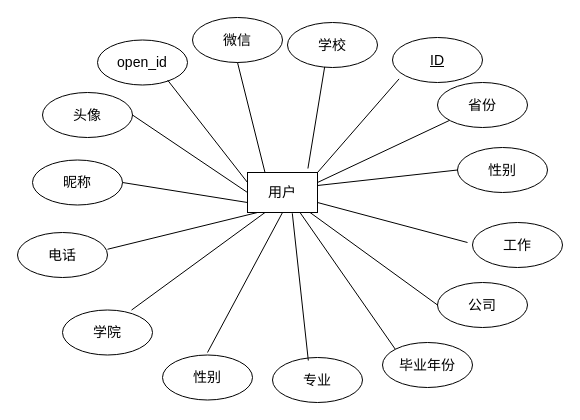
Before: 用户实体图.drawio in geoffrey-h/code, a draw.io diagram. Source tidied: cells renumbered, new cells numbered last; positions are measured from the earlier drawing's top-left corner, leaving out a move shared by most shapes. Both pictures are drawn from the tidied source at 100%, with x=0, y=0 at pixel (17, 17).
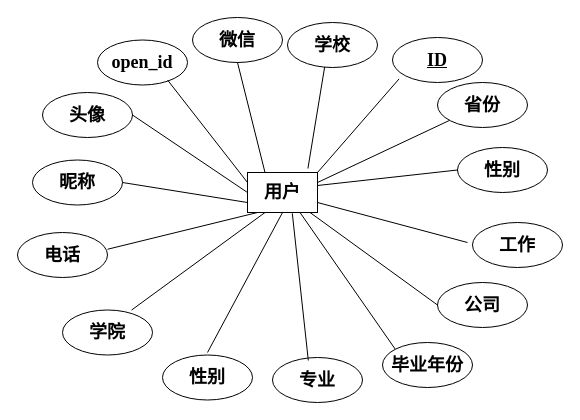
The same diagram, later.

Commit message:
更新用户实体图.drawio

Diff of the diagram source:
```diff
@@
-    <mxCell id="2" value="&lt;font style=&quot;font-size: 14px&quot;&gt;用户&lt;/font&gt;" style="rounded=0;whiteSpace=wrap;html=1;" parent="1" vertex="1">
+    <mxCell id="2" value="&lt;font style=&quot;font-size: 18px&quot; face=&quot;宋体&quot;&gt;&lt;b&gt;用户&lt;/b&gt;&lt;/font&gt;" style="rounded=0;whiteSpace=wrap;html=1;" parent="1" vertex="1">
       <mxGeometry x="230" y="155" width="70" height="40" as="geometry" />
     </mxCell>
-    <mxCell id="3" value="&lt;font style=&quot;font-size: 14px&quot;&gt;open_id&lt;/font&gt;" style="ellipse;whiteSpace=wrap;html=1;" parent="1" vertex="1">
+    <mxCell id="3" value="&lt;font style=&quot;font-size: 18px&quot;&gt;&lt;b&gt;open_id&lt;/b&gt;&lt;/font&gt;" style="ellipse;whiteSpace=wrap;html=1;fontFamily=Times new Roman;" parent="1" vertex="1">
       <mxGeometry x="80" y="22.5" width="90" height="45" as="geometry" />
     </mxCell>
-    <mxCell id="4" value="&lt;font style=&quot;font-size: 14px&quot;&gt;头像&lt;/font&gt;" style="ellipse;whiteSpace=wrap;html=1;" parent="1" vertex="1">
+    <mxCell id="4" value="&lt;font style=&quot;font-size: 18px&quot; face=&quot;宋体&quot;&gt;&lt;b&gt;头像&lt;/b&gt;&lt;/font&gt;" style="ellipse;whiteSpace=wrap;html=1;" parent="1" vertex="1">
       <mxGeometry x="25" y="75" width="90" height="45" as="geometry" />
     </mxCell>
-    <mxCell id="5" value="&lt;font style=&quot;font-size: 14px&quot;&gt;昵称&lt;/font&gt;" style="ellipse;whiteSpace=wrap;html=1;" parent="1" vertex="1">
+    <mxCell id="5" value="&lt;font style=&quot;font-size: 18px&quot; face=&quot;宋体&quot;&gt;&lt;b&gt;昵称&lt;/b&gt;&lt;/font&gt;" style="ellipse;whiteSpace=wrap;html=1;" parent="1" vertex="1">
       <mxGeometry x="15" y="142.5" width="90" height="45" as="geometry" />
     </mxCell>
-    <mxCell id="6" value="&lt;font style=&quot;font-size: 14px&quot;&gt;电话&lt;/font&gt;" style="ellipse;whiteSpace=wrap;html=1;" parent="1" vertex="1">
+    <mxCell id="6" value="&lt;h4&gt;&lt;font style=&quot;font-size: 18px&quot; face=&quot;宋体&quot;&gt;电话&lt;/font&gt;&lt;/h4&gt;" style="ellipse;whiteSpace=wrap;html=1;" parent="1" vertex="1">
       <mxGeometry y="215" width="90" height="45" as="geometry" />
     </mxCell>
-    <mxCell id="7" value="&lt;font style=&quot;font-size: 14px&quot;&gt;微信&lt;/font&gt;" style="ellipse;whiteSpace=wrap;html=1;" parent="1" vertex="1">
+    <mxCell id="7" value="&lt;font style=&quot;font-size: 18px&quot; face=&quot;宋体&quot;&gt;&lt;b&gt;微信&lt;/b&gt;&lt;/font&gt;" style="ellipse;whiteSpace=wrap;html=1;" parent="1" vertex="1">
       <mxGeometry x="175" width="90" height="45" as="geometry" />
     </mxCell>
-    <mxCell id="8" value="&lt;font style=&quot;font-size: 14px&quot;&gt;学校&lt;/font&gt;" style="ellipse;whiteSpace=wrap;html=1;" parent="1" vertex="1">
+    <mxCell id="8" value="&lt;font style=&quot;font-size: 18px&quot;&gt;&lt;b&gt;学校&lt;/b&gt;&lt;/font&gt;" style="ellipse;whiteSpace=wrap;html=1;fontFamily=宋体;" parent="1" vertex="1">
       <mxGeometry x="270" y="5" width="90" height="45" as="geometry" />
     </mxCell>
-    <mxCell id="9" value="&lt;font style=&quot;font-size: 14px&quot;&gt;学院&lt;/font&gt;" style="ellipse;whiteSpace=wrap;html=1;" parent="1" vertex="1">
+    <mxCell id="9" value="&lt;font style=&quot;font-size: 18px&quot; face=&quot;宋体&quot;&gt;&lt;b&gt;学院&lt;/b&gt;&lt;/font&gt;" style="ellipse;whiteSpace=wrap;html=1;" parent="1" vertex="1">
       <mxGeometry x="45" y="292.5" width="90" height="45" as="geometry" />
     </mxCell>
-    <mxCell id="10" value="&lt;font style=&quot;font-size: 14px&quot;&gt;性别&lt;/font&gt;" style="ellipse;whiteSpace=wrap;html=1;" parent="1" vertex="1">
+    <mxCell id="10" value="&lt;font style=&quot;font-size: 18px&quot; face=&quot;宋体&quot;&gt;&lt;b&gt;性别&lt;/b&gt;&lt;/font&gt;" style="ellipse;whiteSpace=wrap;html=1;" parent="1" vertex="1">
       <mxGeometry x="440" y="130" width="90" height="45" as="geometry" />
     </mxCell>
-    <mxCell id="11" value="&lt;font style=&quot;font-size: 14px&quot;&gt;省份&lt;/font&gt;" style="ellipse;whiteSpace=wrap;html=1;" parent="1" vertex="1">
+    <mxCell id="11" value="&lt;font style=&quot;font-size: 18px&quot; face=&quot;宋体&quot;&gt;&lt;b&gt;省份&lt;/b&gt;&lt;/font&gt;" style="ellipse;whiteSpace=wrap;html=1;" parent="1" vertex="1">
       <mxGeometry x="420" y="65" width="90" height="45" as="geometry" />
     </mxCell>
-    <mxCell id="12" value="&lt;font style=&quot;font-size: 14px&quot;&gt;工作&lt;/font&gt;" style="ellipse;whiteSpace=wrap;html=1;" parent="1" vertex="1">
+    <mxCell id="12" value="&lt;font style=&quot;font-size: 18px&quot; face=&quot;宋体&quot;&gt;&lt;b&gt;工作&lt;/b&gt;&lt;/font&gt;" style="ellipse;whiteSpace=wrap;html=1;" parent="1" vertex="1">
       <mxGeometry x="455" y="205" width="90" height="45" as="geometry" />
     </mxCell>
-    <mxCell id="13" value="&lt;font style=&quot;font-size: 14px&quot;&gt;公司&lt;/font&gt;" style="ellipse;whiteSpace=wrap;html=1;" parent="1" vertex="1">
+    <mxCell id="13" value="&lt;font style=&quot;font-size: 18px&quot; face=&quot;宋体&quot;&gt;&lt;b&gt;公司&lt;/b&gt;&lt;/font&gt;" style="ellipse;whiteSpace=wrap;html=1;" parent="1" vertex="1">
       <mxGeometry x="420" y="265" width="90" height="45" as="geometry" />
     </mxCell>
-    <mxCell id="14" value="&lt;font style=&quot;font-size: 14px&quot;&gt;毕业年份&lt;/font&gt;" style="ellipse;whiteSpace=wrap;html=1;" parent="1" vertex="1">
+    <mxCell id="14" value="&lt;font style=&quot;font-size: 18px&quot; face=&quot;宋体&quot;&gt;&lt;b&gt;毕业年份&lt;/b&gt;&lt;/font&gt;" style="ellipse;whiteSpace=wrap;html=1;" parent="1" vertex="1">
       <mxGeometry x="365" y="325" width="90" height="45" as="geometry" />
     </mxCell>
-    <mxCell id="15" value="&lt;font style=&quot;font-size: 14px&quot;&gt;专业&lt;/font&gt;" style="ellipse;whiteSpace=wrap;html=1;" parent="1" vertex="1">
+    <mxCell id="15" value="&lt;font style=&quot;font-size: 18px&quot; face=&quot;宋体&quot;&gt;&lt;b&gt;专业&lt;/b&gt;&lt;/font&gt;" style="ellipse;whiteSpace=wrap;html=1;" parent="1" vertex="1">
       <mxGeometry x="255" y="340" width="90" height="45" as="geometry" />
     </mxCell>
-    <mxCell id="16" value="&lt;font style=&quot;font-size: 14px&quot;&gt;性别&lt;/font&gt;" style="ellipse;whiteSpace=wrap;html=1;" parent="1" vertex="1">
+    <mxCell id="16" value="&lt;font style=&quot;font-size: 18px&quot; face=&quot;宋体&quot;&gt;&lt;b&gt;性别&lt;/b&gt;&lt;/font&gt;" style="ellipse;whiteSpace=wrap;html=1;" parent="1" vertex="1">
       <mxGeometry x="145" y="337.5" width="90" height="45" as="geometry" />
     </mxCell>
@@
-    <mxCell id="31" value="&lt;font style=&quot;font-size: 14px&quot;&gt;&lt;u&gt;ID&lt;/u&gt;&lt;/font&gt;" style="ellipse;whiteSpace=wrap;html=1;" parent="1" vertex="1">
+    <mxCell id="31" value="&lt;font style=&quot;font-size: 18px&quot; face=&quot;Times new Roman&quot;&gt;&lt;u&gt;&lt;b&gt;ID&lt;/b&gt;&lt;/u&gt;&lt;/font&gt;" style="ellipse;whiteSpace=wrap;html=1;" parent="1" vertex="1">
       <mxGeometry x="375" y="20" width="90" height="45" as="geometry" />
     </mxCell>
```
